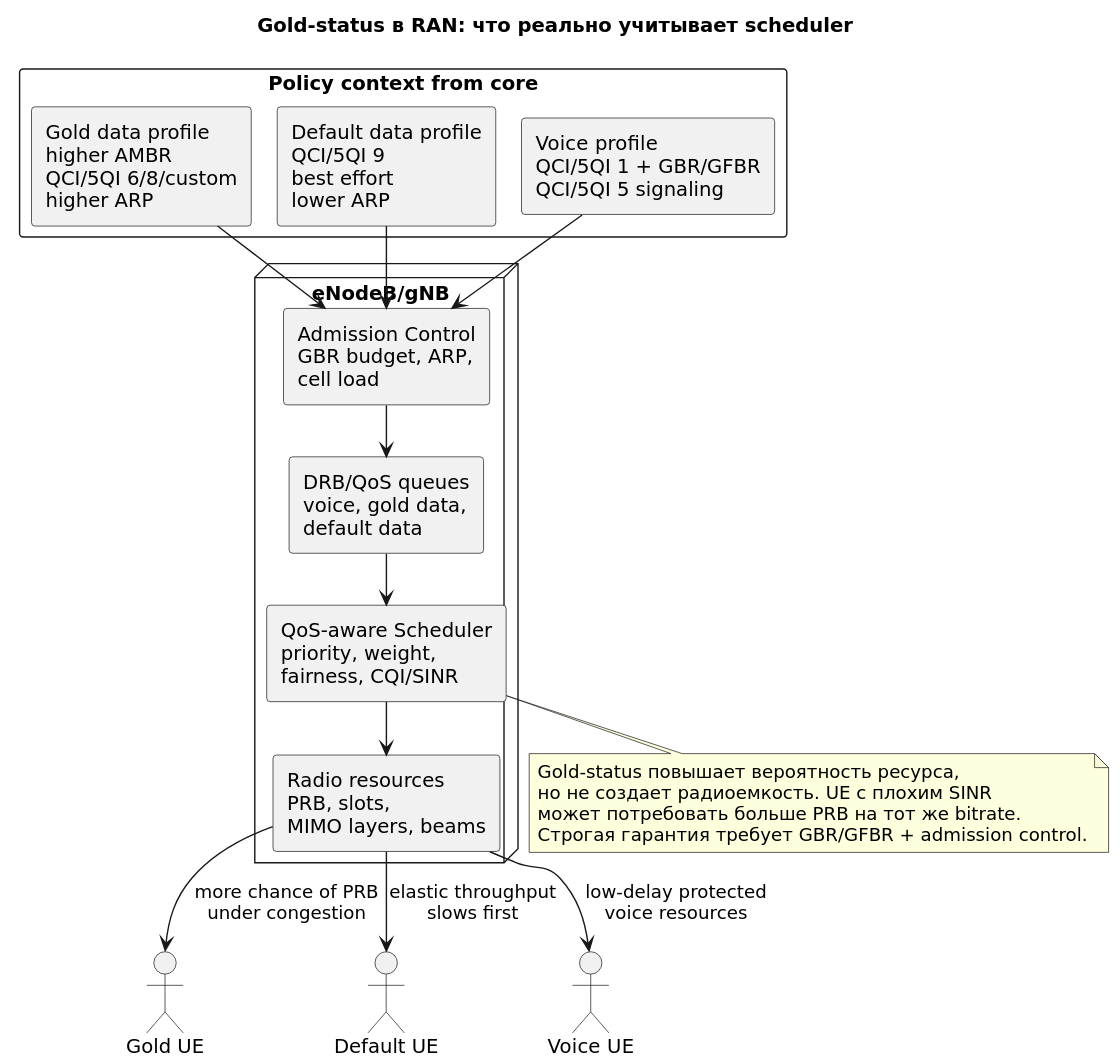
This is docs/mobile-network-qos/diagrams/rendered/gold-status-ran-detail.svg from jvbistrue-art/Analitics, a PlantUML export, as it was before one commit. Source of this version:
```plantuml
@startuml
!pragma layout smetana
skinparam componentStyle rectangle
skinparam shadowing false
skinparam defaultFontName DejaVu Sans
title Gold-status в RAN: что реально учитывает scheduler

rectangle "Policy context from core" as POL {
  rectangle "Gold data profile\nhigher AMBR\nQCI/5QI 6/8/custom\nhigher ARP" as GOLD
  rectangle "Default data profile\nQCI/5QI 9\nbest effort\nlower ARP" as DEF
  rectangle "Voice profile\nQCI/5QI 1 + GBR/GFBR\nQCI/5QI 5 signaling" as VOICE
}
node "eNodeB/gNB" as RAN {
  rectangle "Admission Control\nGBR budget, ARP,\ncell load" as ADM
  rectangle "DRB/QoS queues\nvoice, gold data,\ndefault data" as QUE
  rectangle "QoS-aware Scheduler\npriority, weight,\nfairness, CQI/SINR" as SCH
  rectangle "Radio resources\nPRB, slots,\nMIMO layers, beams" as RES
}
actor "Gold UE" as GUE
actor "Default UE" as DUE
actor "Voice UE" as VUE

GOLD --> ADM
DEF --> ADM
VOICE --> ADM
ADM --> QUE
QUE --> SCH
SCH --> RES
RES --> GUE : more chance of PRB\nunder congestion
RES --> DUE : elastic throughput\nslows first
RES --> VUE : low-delay protected\nvoice resources

note bottom of SCH
Gold-status повышает вероятность ресурса,
но не создает радиоемкость. UE с плохим SINR
может потребовать больше PRB на тот же bitrate.
Строгая гарантия требует GBR/GFBR + admission control.
end note
@enduml
```
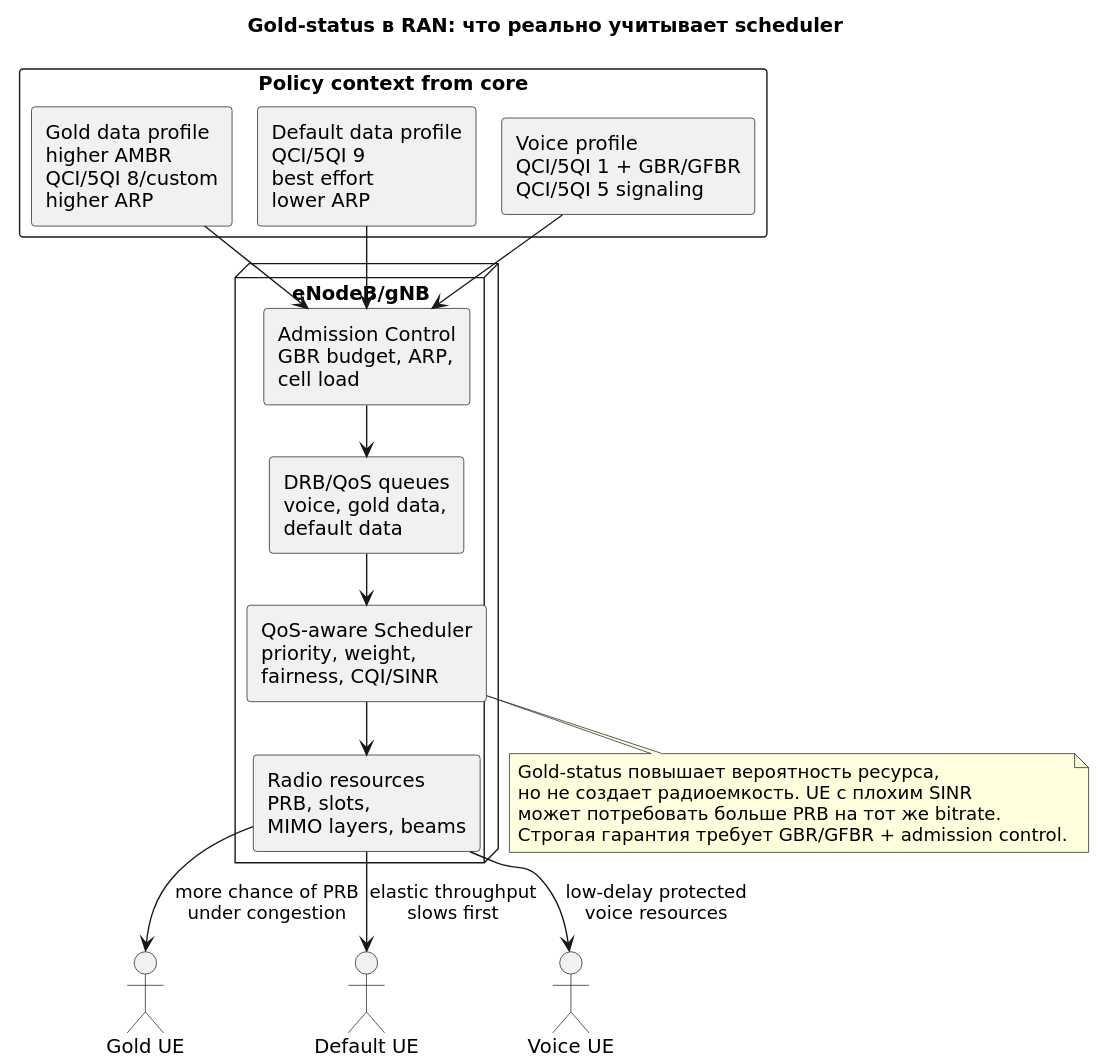
Above is the later version.

What changed in the source:
```diff
@@ -6,7 +6,7 @@
 title Gold-status в RAN: что реально учитывает scheduler
 
 rectangle "Policy context from core" as POL {
-  rectangle "Gold data profile\nhigher AMBR\nQCI/5QI 6/8/custom\nhigher ARP" as GOLD
+  rectangle "Gold data profile\nhigher AMBR\nQCI/5QI 8/custom\nhigher ARP" as GOLD
   rectangle "Default data profile\nQCI/5QI 9\nbest effort\nlower ARP" as DEF
   rectangle "Voice profile\nQCI/5QI 1 + GBR/GFBR\nQCI/5QI 5 signaling" as VOICE
 }
```
